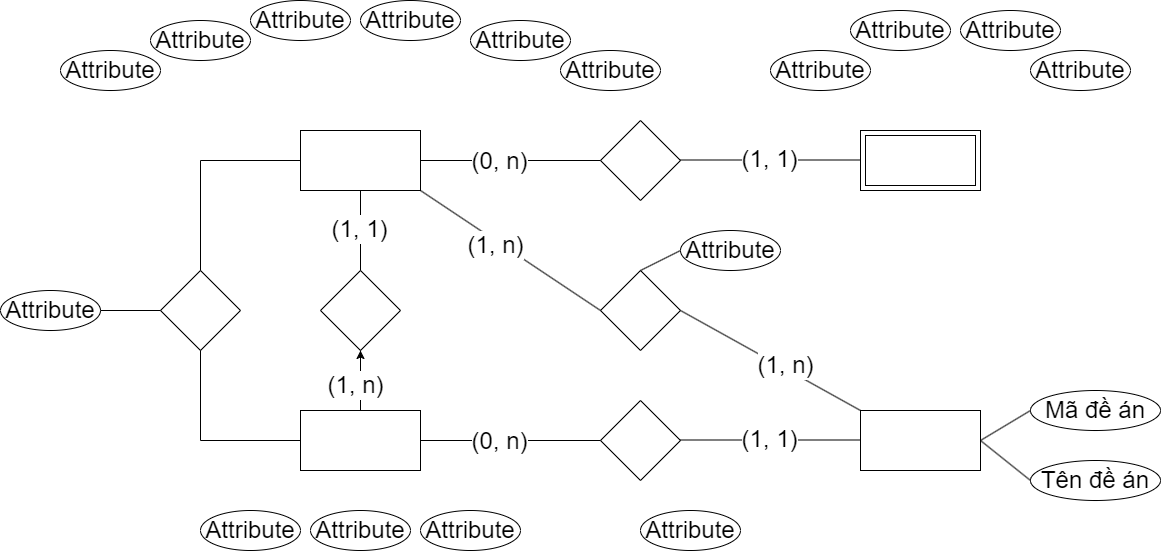
Earlier version of the draw.io export Chương 2.png (datnham0212/learning). Source tidied: cells renumbered, new cells last; positions are measured from the earlier drawing's top-left corner, leaving out a move shared by most shapes.
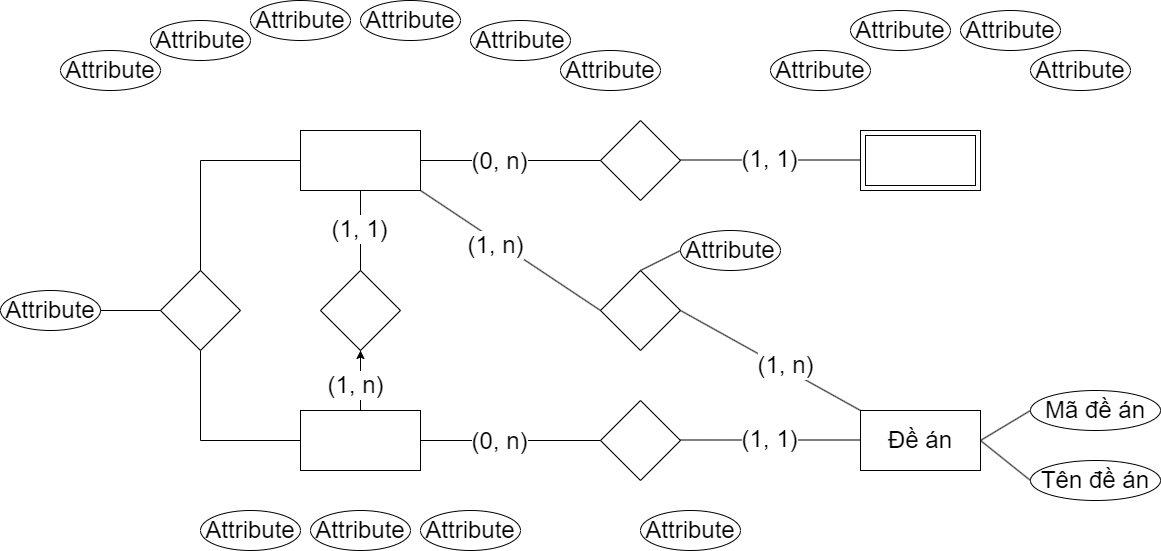
Above is the later version.

What changed in the source:
```diff
@@ -5,7 +5,7 @@
     <mxCell id="2" style="rounded=0;whiteSpace=wrap;html=1;fontSize=24;" parent="1" vertex="1">
       <mxGeometry x="300" y="130" width="120" height="60" as="geometry" />
     </mxCell>
-    <mxCell id="3" style="rounded=0;whiteSpace=wrap;html=1;fontSize=24;" parent="1" vertex="1">
+    <mxCell id="3" value="Đề án" style="rounded=0;whiteSpace=wrap;html=1;fontSize=24;" parent="1" vertex="1">
       <mxGeometry x="860" y="410" width="120" height="60" as="geometry" />
     </mxCell>
     <mxCell id="4" style="edgeStyle=orthogonalEdgeStyle;rounded=0;jettySize=auto;html=1;fontSize=24;" parent="1" edge="1" source="5" target="31">
```
